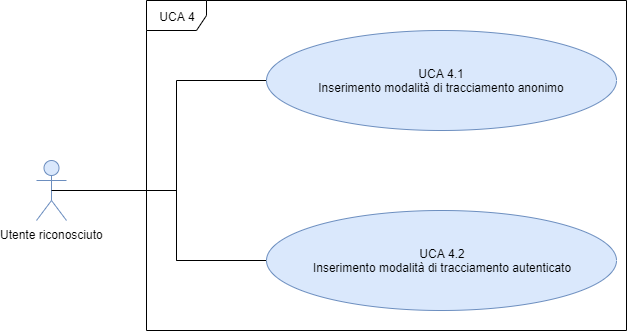
qb-team/Stalker-Documentazione keeps this draw.io diagram as DocumentazioneEsterna/AnalisiRequisiti/sezioni/UseCase/Immagini/UCA4.png. Above is the earlier version. Source tidied: cells renumbered, new cells last; positions are measured from the earlier drawing's top-left corner, leaving out a move shared by most shapes.
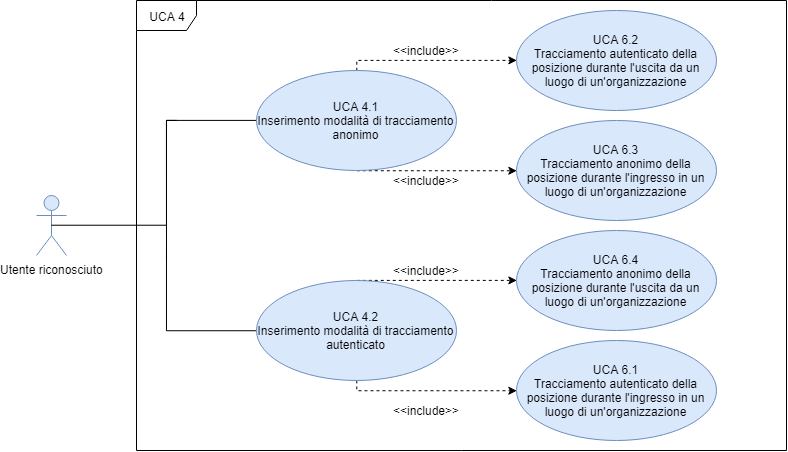
The same diagram one commit later.

The edit, as a diff of the source:
```diff
@@ -3,16 +3,17 @@
     <mxCell id="0" />
     <mxCell id="1" parent="0" />
     <mxCell id="2" value="UCA 4" style="shape=umlFrame;whiteSpace=wrap;html=1;fontFamily=Helvetica;fontSize=12;" parent="1" vertex="1">
-      <mxGeometry x="110" width="480" height="330" as="geometry" />
+      <mxGeometry x="110" width="650" height="450" as="geometry" />
     </mxCell>
     <mxCell id="3" value="Utente riconosciuto" style="shape=umlActor;verticalLabelPosition=bottom;labelBackgroundColor=#ffffff;verticalAlign=top;html=1;fillColor=#dae8fc;strokeColor=#6c8ebf;fontFamily=Helvetica;fontSize=12;" parent="1" vertex="1">
-      <mxGeometry y="160" width="30" height="60" as="geometry" />
+      <mxGeometry x="10" y="195" width="30" height="60" as="geometry" />
     </mxCell>
     <mxCell id="4" style="edgeStyle=orthogonalEdgeStyle;rounded=0;jettySize=auto;html=1;endArrow=none;endFill=0;exitX=0.5;exitY=0.5;exitDx=0;exitDy=0;exitPerimeter=0;fontFamily=Helvetica;fontSize=12;" parent="1" edge="1" source="3">
       <mxGeometry relative="1" as="geometry">
-        <mxPoint x="140" y="100" as="targetPoint" />
+        <mxPoint x="150" y="120" as="targetPoint" />
         <Array as="points">
-          <mxPoint x="140" y="190" />
+          <mxPoint x="140" y="225" />
+          <mxPoint x="140" y="120" />
         </Array>
       </mxGeometry>
     </mxCell>
@@ -21,20 +22,73 @@
         <mxPoint x="140" y="260" as="targetPoint" />
       </mxGeometry>
     </mxCell>
+    <mxCell id="9" style="edgeStyle=orthogonalEdgeStyle;rounded=0;jettySize=auto;html=1;entryX=0;entryY=0.5;entryDx=0;entryDy=0;dashed=1;exitX=0.5;exitY=1;exitDx=0;exitDy=0;" parent="1" edge="1" source="6" target="14">
+      <mxGeometry relative="1" as="geometry">
+        <Array as="points">
+          <mxPoint x="400" y="170" />
+          <mxPoint x="400" y="170" />
+        </Array>
+      </mxGeometry>
+    </mxCell>
+    <mxCell id="10" style="edgeStyle=orthogonalEdgeStyle;rounded=0;jettySize=auto;html=1;entryX=0;entryY=0.5;entryDx=0;entryDy=0;dashed=1;exitX=0.5;exitY=0;exitDx=0;exitDy=0;" parent="1" edge="1" source="6" target="13">
+      <mxGeometry relative="1" as="geometry">
+        <Array as="points">
+          <mxPoint x="330" y="60" />
+        </Array>
+      </mxGeometry>
+    </mxCell>
     <mxCell id="6" value="&lt;span style=&quot;font-size: 12px&quot;&gt;UCA 4.1&lt;br&gt;Inserimento modalità di tracciamento anonimo&lt;/span&gt;" style="ellipse;whiteSpace=wrap;html=1;fillColor=#dae8fc;strokeColor=#6c8ebf;fontFamily=Helvetica;fontSize=12;" parent="1" vertex="1">
-      <mxGeometry x="230" y="30" width="350" height="100" as="geometry" />
+      <mxGeometry x="230" y="70" width="200" height="100" as="geometry" />
     </mxCell>
     <mxCell id="7" style="edgeStyle=orthogonalEdgeStyle;rounded=0;jettySize=auto;html=1;exitX=0;exitY=0.5;exitDx=0;exitDy=0;endArrow=none;endFill=0;fontFamily=Helvetica;fontSize=12;" parent="1" edge="1" source="8">
       <mxGeometry relative="1" as="geometry">
         <mxPoint x="140" y="250" as="targetPoint" />
         <Array as="points">
-          <mxPoint x="230" y="260" />
-          <mxPoint x="140" y="260" />
+          <mxPoint x="140" y="330" />
         </Array>
       </mxGeometry>
     </mxCell>
+    <mxCell id="11" style="edgeStyle=orthogonalEdgeStyle;rounded=0;jettySize=auto;html=1;entryX=0;entryY=0.5;entryDx=0;entryDy=0;exitX=0.5;exitY=1;exitDx=0;exitDy=0;dashed=1;" parent="1" edge="1" source="8" target="16">
+      <mxGeometry relative="1" as="geometry">
+        <Array as="points">
+          <mxPoint x="330" y="390" />
+        </Array>
+      </mxGeometry>
+    </mxCell>
+    <mxCell id="12" style="edgeStyle=orthogonalEdgeStyle;rounded=0;jettySize=auto;html=1;entryX=0;entryY=0.5;entryDx=0;entryDy=0;dashed=1;exitX=0.5;exitY=0;exitDx=0;exitDy=0;" parent="1" edge="1" source="8" target="15">
+      <mxGeometry relative="1" as="geometry">
+        <Array as="points">
+          <mxPoint x="400" y="280" />
+          <mxPoint x="400" y="280" />
+        </Array>
+      </mxGeometry>
+    </mxCell>
     <mxCell id="8" value="&lt;span style=&quot;font-size: 12px&quot;&gt;UCA 4.2&lt;br&gt;Inserimento modalità di tracciamento autenticato&lt;/span&gt;" style="ellipse;whiteSpace=wrap;html=1;fillColor=#dae8fc;strokeColor=#6c8ebf;fontFamily=Helvetica;fontSize=12;" parent="1" vertex="1">
-      <mxGeometry x="230" y="210" width="350" height="100" as="geometry" />
+      <mxGeometry x="230" y="280" width="200" height="100" as="geometry" />
     </mxCell>
+    <mxCell id="13" value="UCA 6.2&lt;br&gt;Tracciamento autenticato della posizione durante l'uscita da un luogo di un'organizzazione" style="ellipse;whiteSpace=wrap;html=1;fillColor=#dae8fc;strokeColor=#6c8ebf;fontFamily=Helvetica;fontSize=12;" parent="1" vertex="1">
+      <mxGeometry x="490" y="10" width="200" height="100" as="geometry" />
+    </mxCell>
+    <mxCell id="14" value="UCA 6.3&lt;br&gt;Tracciamento anonimo della posizione durante l'ingresso in un luogo di un'organizzazione" style="ellipse;whiteSpace=wrap;html=1;fillColor=#dae8fc;strokeColor=#6c8ebf;fontFamily=Helvetica;fontSize=12;" parent="1" vertex="1">
+      <mxGeometry x="490" y="120" width="200" height="100" as="geometry" />
+    </mxCell>
+    <mxCell id="15" value="UCA 6.4&lt;br&gt;Tracciamento anonimo della posizione durante l'uscita da un luogo di un'organizzazione" style="ellipse;whiteSpace=wrap;html=1;fillColor=#dae8fc;strokeColor=#6c8ebf;fontFamily=Helvetica;fontSize=12;" parent="1" vertex="1">
+      <mxGeometry x="490" y="230" width="200" height="100" as="geometry" />
+    </mxCell>
+    <mxCell id="16" value="UCA 6.1&lt;br&gt;Tracciamento autenticato della posizione durante l'ingresso in un luogo di un'organizzazione" style="ellipse;whiteSpace=wrap;html=1;fillColor=#dae8fc;strokeColor=#6c8ebf;fontFamily=Helvetica;fontSize=12;" parent="1" vertex="1">
+      <mxGeometry x="490" y="340" width="200" height="100" as="geometry" />
+    </mxCell>
+    <mxCell id="17" value="&amp;lt;&amp;lt;include&amp;gt;&amp;gt;" style="text;html=1;align=center;verticalAlign=middle;" parent="1" vertex="1">
+      <mxGeometry x="360" y="400" width="80" height="20" as="geometry" />
+    </mxCell>
+    <mxCell id="18" value="&amp;lt;&amp;lt;include&amp;gt;&amp;gt;" style="text;html=1;align=center;verticalAlign=middle;" parent="1" vertex="1">
+      <mxGeometry x="360" y="260" width="80" height="20" as="geometry" />
+    </mxCell>
+    <mxCell id="19" value="&amp;lt;&amp;lt;include&amp;gt;&amp;gt;" style="text;html=1;align=center;verticalAlign=middle;" parent="1" vertex="1">
+      <mxGeometry x="360" y="170" width="80" height="20" as="geometry" />
+    </mxCell>
+    <mxCell id="20" value="&amp;lt;&amp;lt;include&amp;gt;&amp;gt;" style="text;html=1;align=center;verticalAlign=middle;" parent="1" vertex="1">
+      <mxGeometry x="360" y="40" width="80" height="20" as="geometry" />
+    </mxCell>
   </root>
 </mxGraphModel>
```
